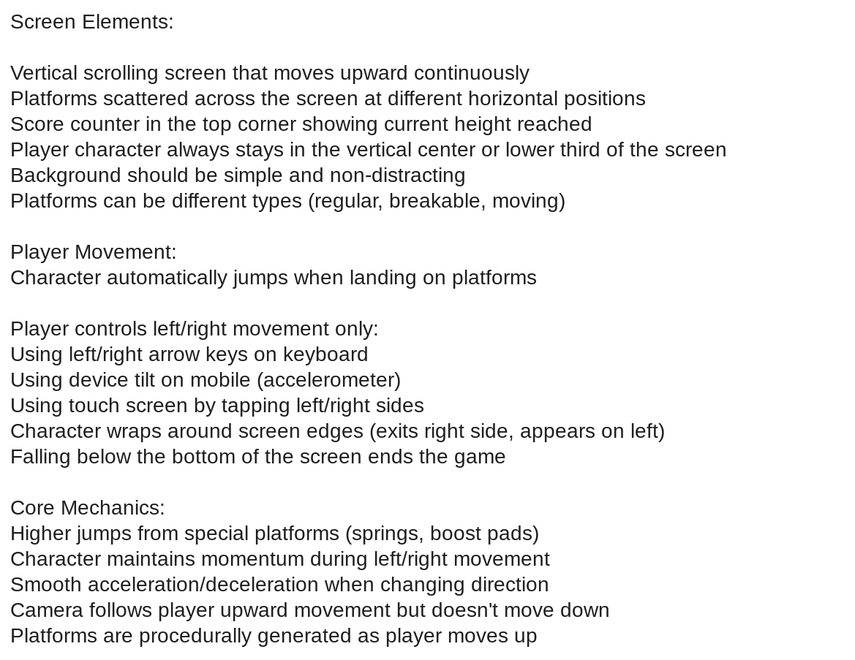
This is templates/vertical-jumper/concept.excalidraw.svg from cosmic-org/living_game, a Excalidraw export, as it was before one commit. Source tidied: one line per element, renumbered; positions are measured from the earlier drawing's top-left corner, leaving out a move shared by most shapes.
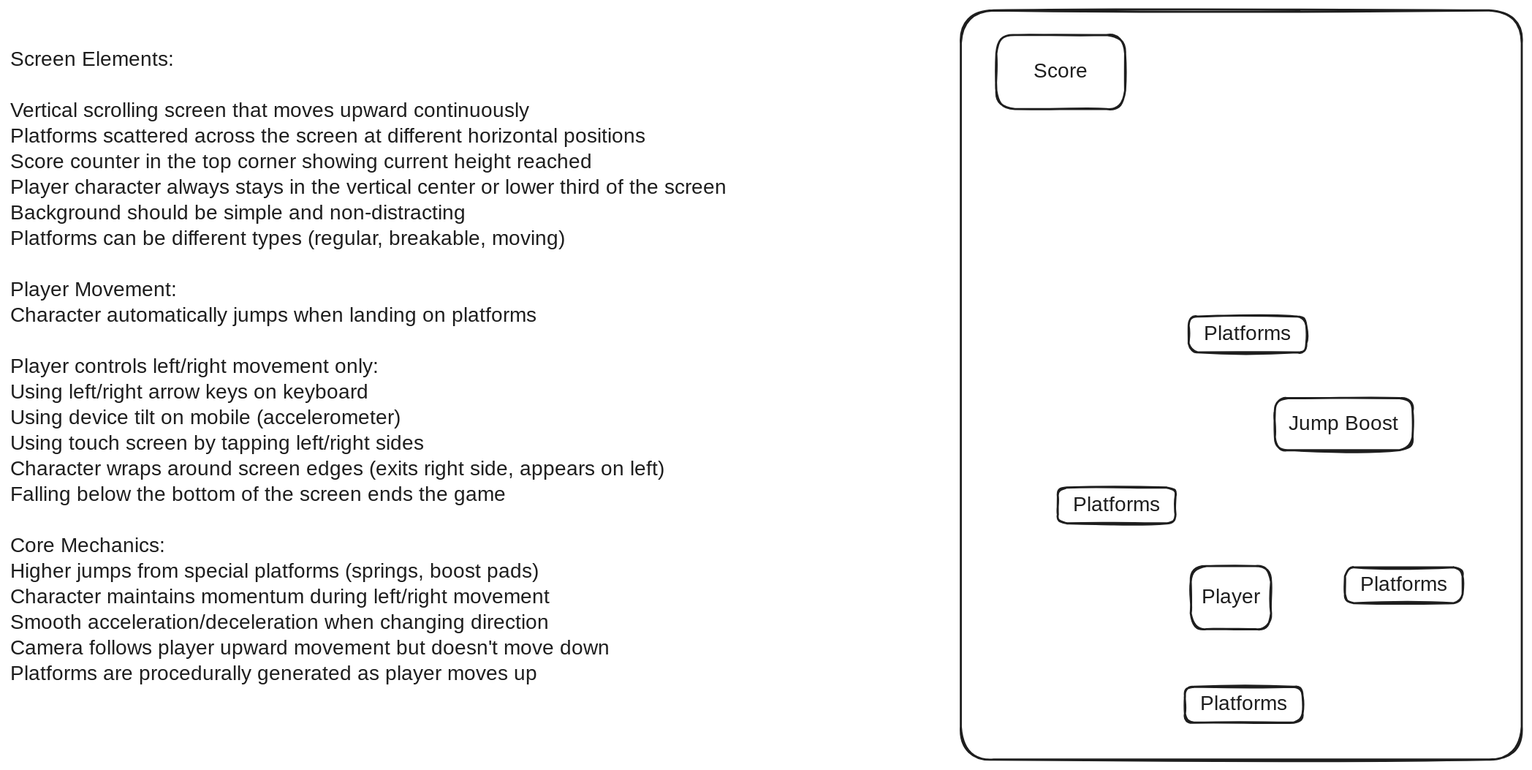
The same file after the commit.

Commit message:
Update concept Excalidraw SVGs for game templates

Diff of the diagram source:
```diff
@@ -1,1 +1,16 @@
 {"id": 0, "type": "text", "text": "Screen Elements:\n\nVertical scrolling screen that moves upward continuously\nPlatforms scattered across the screen at different horizontal positions\nScore counter in the top corner showing current height reached\nPlayer character always stays in the vertical center or lower third of the screen\nBackground should be simple and non-distracting\nPlatforms can be different types (regular, breakable, moving)\n\nPlayer Movement:\nCharacter automatically jumps when landing on platforms\n\nPlayer controls left/right movement only:\nUsing left/right arrow keys on keyboard\nUsing device tilt on mobile (accelerometer)\nUsing touch screen by tapping left/right sides\nCharacter wraps around screen edges (exits right side, appears on left)\nFalling below the bottom of the screen ends the game\n\nCore Mechanics:\nHigher jumps from special platforms (springs, boost pads)\nCharacter maintains momentum during left/right movement\nSmooth acceleration/deceleration when changing direction\nCamera follows player upward movement but doesn't move down\nPlatforms are procedurally generated as player moves up", "strokeColor": "#1e1e1e", "strokeWidth": 2, "roughness": 1, "fontSize": 20, "fontFamily": 1, "x": 0, "y": 0, "width": 815, "height": 625}
+{"id": 1, "type": "rectangle", "strokeColor": "#1e1e1e", "strokeWidth": 2, "roughness": 1, "round": true, "x": 929, "y": -36, "width": 548, "height": 732}
+{"id": 2, "type": "rectangle", "strokeColor": "#1e1e1e", "strokeWidth": 2, "roughness": 1, "round": true, "x": 1148, "y": 624, "width": 115, "height": 35}
+{"id": 3, "type": "text", "text": "Platforms", "strokeColor": "#1e1e1e", "strokeWidth": 2, "roughness": 1, "fontSize": 20, "fontFamily": 1, "textAlign": "center", "verticalAlign": "middle", "inside": 2, "x": 1158, "y": 629, "width": 96, "height": 25}
+{"id": 4, "type": "rectangle", "strokeColor": "#1e1e1e", "strokeWidth": 2, "roughness": 1, "round": true, "x": 1305, "y": 508, "width": 115, "height": 35}
+{"id": 5, "type": "text", "text": "Platforms", "strokeColor": "#1e1e1e", "strokeWidth": 2, "roughness": 1, "fontSize": 20, "fontFamily": 1, "textAlign": "center", "verticalAlign": "middle", "inside": 4, "x": 1314, "y": 513, "width": 96, "height": 25}
+{"id": 6, "type": "rectangle", "strokeColor": "#1e1e1e", "strokeWidth": 2, "roughness": 1, "round": true, "x": 1024, "y": 430, "width": 115, "height": 35}
+{"id": 7, "type": "text", "text": "Platforms", "strokeColor": "#1e1e1e", "strokeWidth": 2, "roughness": 1, "fontSize": 20, "fontFamily": 1, "textAlign": "center", "verticalAlign": "middle", "inside": 6, "x": 1033, "y": 435, "width": 96, "height": 25}
+{"id": 8, "type": "rectangle", "strokeColor": "#1e1e1e", "strokeWidth": 2, "roughness": 1, "round": true, "x": 1236, "y": 342, "width": 135, "height": 51}
+{"id": 9, "type": "text", "text": "Jump Boost", "strokeColor": "#1e1e1e", "strokeWidth": 2, "roughness": 1, "fontSize": 20, "fontFamily": 1, "textAlign": "center", "verticalAlign": "middle", "inside": 8, "x": 1246, "y": 355, "width": 115, "height": 25}
+{"id": 10, "type": "rectangle", "strokeColor": "#1e1e1e", "strokeWidth": 2, "roughness": 1, "round": true, "x": 1154, "y": 507, "width": 78, "height": 62}
+{"id": 11, "type": "text", "text": "Player", "strokeColor": "#1e1e1e", "strokeWidth": 2, "roughness": 1, "fontSize": 20, "fontFamily": 1, "textAlign": "center", "verticalAlign": "middle", "inside": 10, "x": 1163, "y": 525, "width": 61, "height": 25}
+{"id": 12, "type": "rectangle", "strokeColor": "#1e1e1e", "strokeWidth": 2, "roughness": 1, "round": true, "x": 1152, "y": 263, "width": 115, "height": 35}
+{"id": 13, "type": "text", "text": "Platforms", "strokeColor": "#1e1e1e", "strokeWidth": 2, "roughness": 1, "fontSize": 20, "fontFamily": 1, "textAlign": "center", "verticalAlign": "middle", "inside": 12, "x": 1161, "y": 268, "width": 96, "height": 25}
+{"id": 14, "type": "rectangle", "strokeColor": "#1e1e1e", "strokeWidth": 2, "roughness": 1, "round": true, "x": 964, "y": -12, "width": 126, "height": 72}
+{"id": 15, "type": "text", "text": "Score", "strokeColor": "#1e1e1e", "strokeWidth": 2, "roughness": 1, "fontSize": 20, "fontFamily": 1, "textAlign": "center", "verticalAlign": "middle", "inside": 14, "x": 1000, "y": 11, "width": 53, "height": 25}
```
